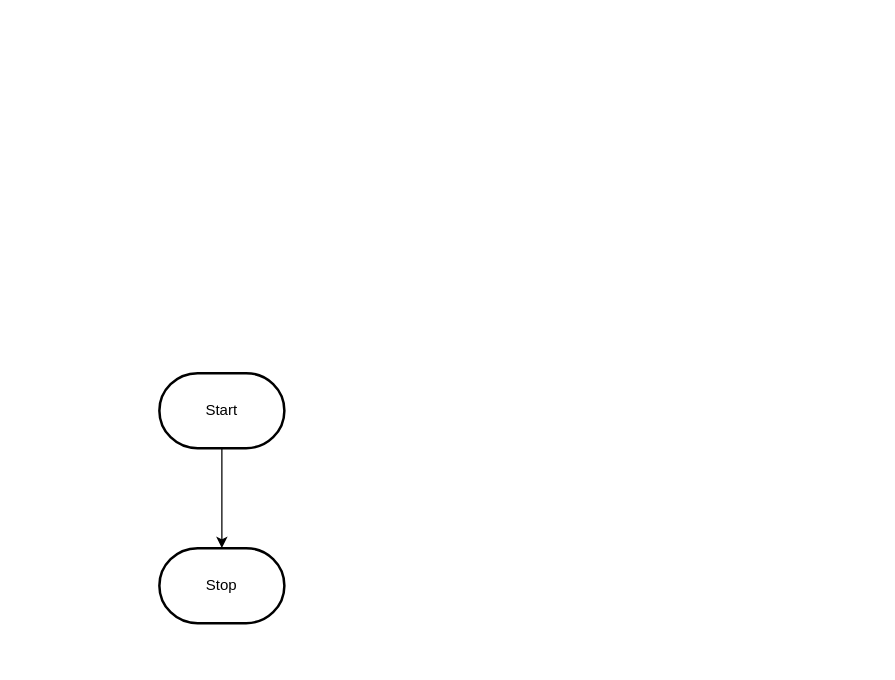
The draw.io diagram design/flowchart.drawio in MTHS-ICS2O-2-2022/ICS2O-Assignment-05-Yuri-Gabutero24, before the edit. Source tidied: cells renumbered, new cells numbered last; positions are measured from the earlier drawing's top-left corner, leaving out a move shared by most shapes. Both pictures are drawn from the tidied source at 125%, with x=0, y=0 at pixel (159, 372).
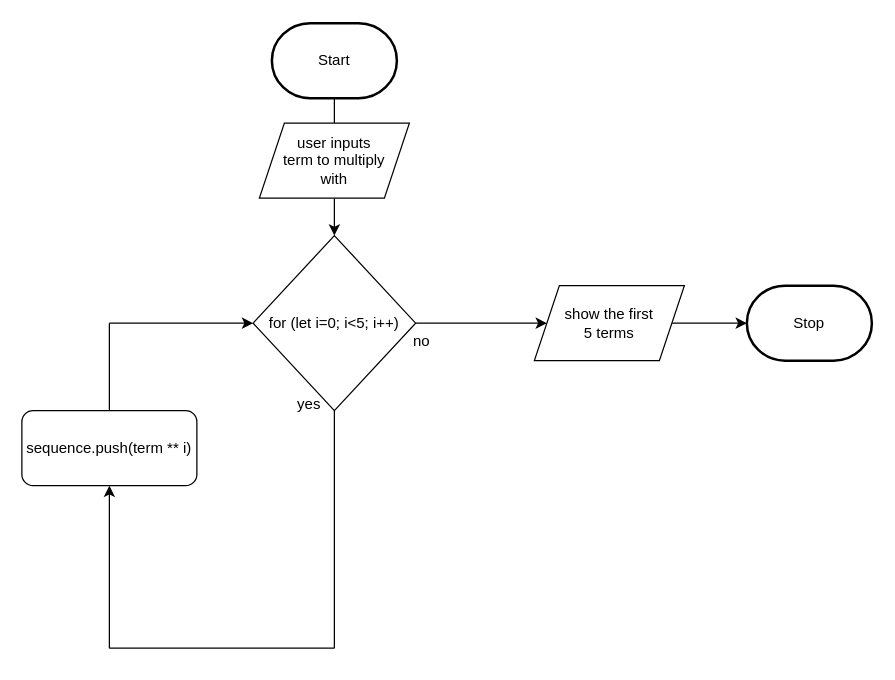
Above is the later version.

What changed in the source:
```diff
@@
-    <mxCell id="2" style="edgeStyle=orthogonalEdgeStyle;html=1;rounded=0;" parent="1" edge="1" source="3" target="4">
-      <mxGeometry relative="1" as="geometry" />
-    </mxCell>
     <mxCell id="3" value="Start" style="strokeWidth=2;html=1;shape=mxgraph.flowchart.terminator;whiteSpace=wrap;" parent="1" vertex="1">
-      <mxGeometry width="100" height="60" as="geometry" />
+      <mxGeometry x="90" y="-280" width="100" height="60" as="geometry" />
     </mxCell>
     <mxCell id="4" value="Stop" style="strokeWidth=2;html=1;shape=mxgraph.flowchart.terminator;whiteSpace=wrap;" parent="1" vertex="1">
-      <mxGeometry y="140" width="100" height="60" as="geometry" />
+      <mxGeometry x="470" y="-70" width="100" height="60" as="geometry" />
     </mxCell>
+    <mxCell id="5" style="edgeStyle=orthogonalEdgeStyle;rounded=0;html=1;endArrow=none;endFill=0;" parent="1" edge="1" source="8">
+      <mxGeometry relative="1" as="geometry">
+        <mxPoint x="140" y="220" as="targetPoint" />
+      </mxGeometry>
+    </mxCell>
+    <mxCell id="6" style="edgeStyle=orthogonalEdgeStyle;rounded=0;html=1;endArrow=none;endFill=0;startArrow=classic;startFill=1;" parent="1" edge="1" source="8">
+      <mxGeometry relative="1" as="geometry">
+        <mxPoint x="-40" y="-40" as="targetPoint" />
+      </mxGeometry>
+    </mxCell>
+    <mxCell id="7" style="edgeStyle=orthogonalEdgeStyle;rounded=0;html=1;entryX=0;entryY=0.5;entryDx=0;entryDy=0;entryPerimeter=0;startArrow=none;startFill=0;endArrow=classic;endFill=1;" parent="1" edge="1" source="17" target="4">
+      <mxGeometry relative="1" as="geometry" />
+    </mxCell>
+    <mxCell id="8" value="for (let i=0; i&amp;lt;5; i++)" style="rhombus;whiteSpace=wrap;html=1;" parent="1" vertex="1">
+      <mxGeometry x="75" y="-110" width="130" height="140" as="geometry" />
+    </mxCell>
+    <mxCell id="9" style="edgeStyle=orthogonalEdgeStyle;html=1;entryX=0.5;entryY=0;entryDx=0;entryDy=0;entryPerimeter=0;rounded=0;endArrow=none;" parent="1" edge="1" source="3" target="11">
+      <mxGeometry relative="1" as="geometry" />
+    </mxCell>
+    <mxCell id="10" style="edgeStyle=orthogonalEdgeStyle;rounded=0;html=1;startArrow=none;startFill=0;endArrow=classic;endFill=1;" parent="1" edge="1" source="11" target="8">
+      <mxGeometry relative="1" as="geometry" />
+    </mxCell>
+    <mxCell id="11" value="user inputs&lt;br&gt;term to multiply&lt;br&gt;with" style="shape=parallelogram;perimeter=parallelogramPerimeter;whiteSpace=wrap;html=1;fixedSize=1;" parent="1" vertex="1">
+      <mxGeometry x="80" y="-200" width="120" height="60" as="geometry" />
+    </mxCell>
+    <mxCell id="12" style="edgeStyle=orthogonalEdgeStyle;rounded=0;html=1;endArrow=none;endFill=0;" parent="1" edge="1" source="14">
+      <mxGeometry relative="1" as="geometry">
+        <mxPoint x="-40" y="-40" as="targetPoint" />
+      </mxGeometry>
+    </mxCell>
+    <mxCell id="13" style="edgeStyle=orthogonalEdgeStyle;rounded=0;html=1;startArrow=classic;startFill=1;endArrow=none;endFill=0;" parent="1" edge="1" source="14">
+      <mxGeometry relative="1" as="geometry">
+        <mxPoint x="-40" y="220" as="targetPoint" />
+      </mxGeometry>
+    </mxCell>
+    <mxCell id="14" value="sequence.push(term ** i)" style="rounded=1;whiteSpace=wrap;html=1;" parent="1" vertex="1">
+      <mxGeometry x="-110" y="30" width="140" height="60" as="geometry" />
+    </mxCell>
+    <mxCell id="15" style="edgeStyle=orthogonalEdgeStyle;rounded=0;html=1;endArrow=none;endFill=0;" parent="1" edge="1">
+      <mxGeometry relative="1" as="geometry">
+        <mxPoint x="-40" y="220" as="sourcePoint" />
+        <mxPoint x="140" y="220" as="targetPoint" />
+      </mxGeometry>
+    </mxCell>
+    <mxCell id="16" style="edgeStyle=orthogonalEdgeStyle;rounded=0;html=1;entryX=0;entryY=0.5;entryDx=0;entryDy=0;startArrow=none;startFill=0;endArrow=classic;endFill=1;" parent="1" edge="1" source="8" target="17">
+      <mxGeometry relative="1" as="geometry" />
+    </mxCell>
+    <mxCell id="17" value="show the first&lt;br&gt;5 terms" style="shape=parallelogram;perimeter=parallelogramPerimeter;whiteSpace=wrap;html=1;fixedSize=1;" parent="1" vertex="1">
+      <mxGeometry x="300" y="-70" width="120" height="60" as="geometry" />
+    </mxCell>
+    <mxCell id="18" value="yes" style="text;html=1;strokeColor=none;fillColor=none;align=center;verticalAlign=middle;whiteSpace=wrap;rounded=0;" parent="1" vertex="1">
+      <mxGeometry x="90" y="10" width="60" height="30" as="geometry" />
+    </mxCell>
+    <mxCell id="19" value="no" style="text;html=1;strokeColor=none;fillColor=none;align=center;verticalAlign=middle;whiteSpace=wrap;rounded=0;" parent="1" vertex="1">
+      <mxGeometry x="180" y="-40" width="60" height="30" as="geometry" />
+    </mxCell>
```
